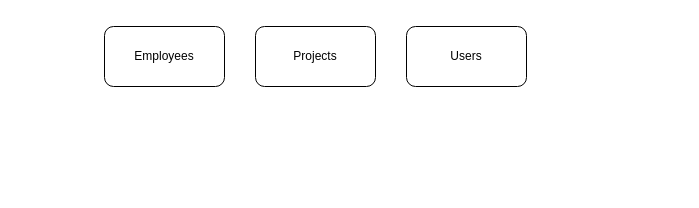
Before: project.drawio in HalexV/test-backend-jr-blockhub, a draw.io diagram. Source tidied: cells renumbered, new cells numbered last; positions are measured from the earlier drawing's top-left corner, leaving out a move shared by most shapes. Both pictures are drawn from the tidied source at 100%, with x=0, y=0 at pixel (104, 26).
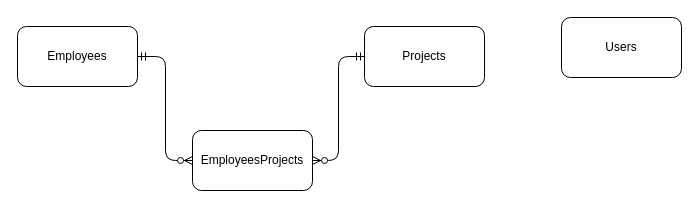
Above is the later version.

Change to the diagram source:
```diff
@@
 <mxGraphModel>
   <root>
     <mxCell id="0" />
     <mxCell id="1" parent="0" />
     <mxCell id="2" value="Employees" style="rounded=1;whiteSpace=wrap;html=1;" parent="1" vertex="1">
-      <mxGeometry width="120" height="60" as="geometry" />
+      <mxGeometry x="-87" width="120" height="60" as="geometry" />
     </mxCell>
     <mxCell id="3" value="Projects" style="rounded=1;whiteSpace=wrap;html=1;" parent="1" vertex="1">
-      <mxGeometry x="151" width="120" height="60" as="geometry" />
+      <mxGeometry x="260" width="120" height="60" as="geometry" />
     </mxCell>
     <mxCell id="4" value="Users" style="rounded=1;whiteSpace=wrap;html=1;" parent="1" vertex="1">
-      <mxGeometry x="302" width="120" height="60" as="geometry" />
+      <mxGeometry x="457" y="-9" width="120" height="60" as="geometry" />
     </mxCell>
+    <mxCell id="5" value="EmployeesProjects" style="rounded=1;whiteSpace=wrap;html=1;" parent="1" vertex="1">
+      <mxGeometry x="88" y="104" width="120" height="60" as="geometry" />
+    </mxCell>
+    <mxCell id="6" style="edgeStyle=elbowEdgeStyle;fontSize=12;html=1;endArrow=ERzeroToMany;startArrow=ERmandOne;" parent="1" edge="1" source="2" target="5">
+      <mxGeometry relative="1" as="geometry" />
+    </mxCell>
+    <mxCell id="7" style="edgeStyle=elbowEdgeStyle;fontSize=12;html=1;endArrow=ERzeroToMany;startArrow=ERmandOne;" parent="1" edge="1" source="3" target="5">
+      <mxGeometry relative="1" as="geometry" />
+    </mxCell>
   </root>
 </mxGraphModel>
```
